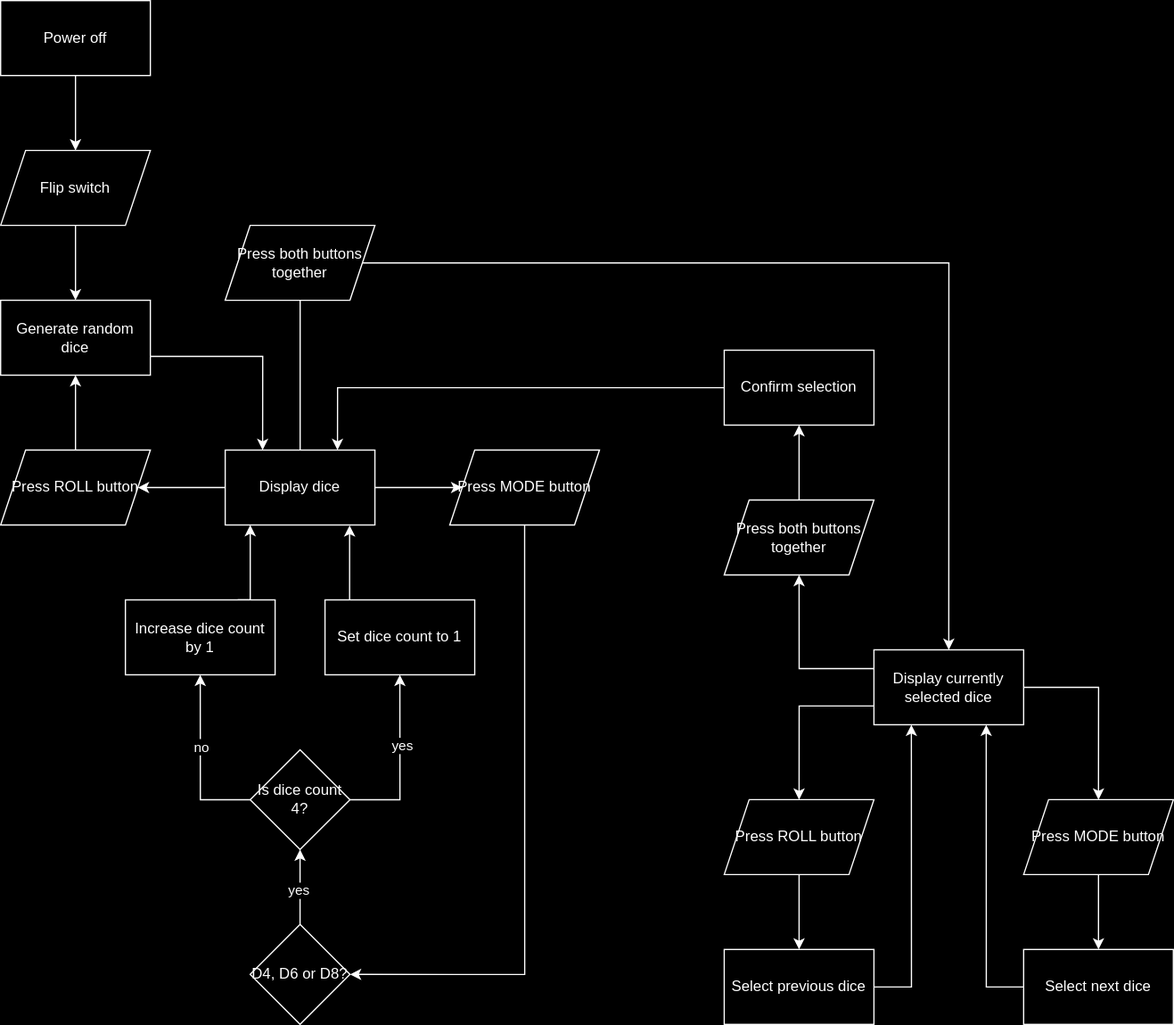
Before: svg/flowchart.svg, a diagram exported from draw.io (nils-keller-dev/LEDice). Source tidied: cells renumbered, new cells last; positions are measured from the earlier drawing's top-left corner, leaving out a move shared by most shapes.
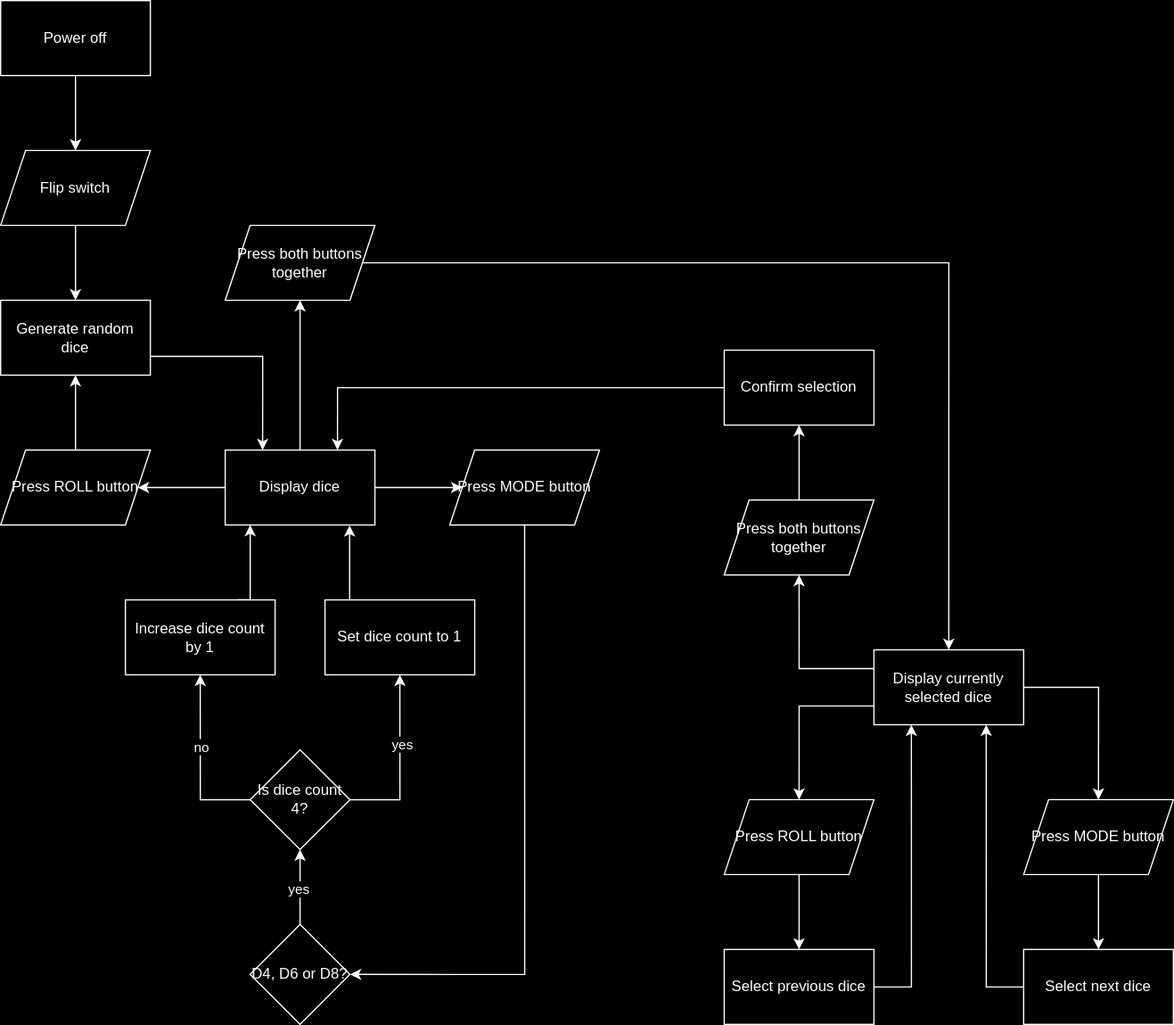
Above is the later version.

The edit, as a diff of the source:
```diff
@@ -11,12 +11,8 @@
     <mxCell id="4" style="edgeStyle=orthogonalEdgeStyle;rounded=0;jettySize=auto;html=1;entryX=0;entryY=0.5;entryDx=0;entryDy=0;" parent="1" edge="1" source="6" target="9">
       <mxGeometry relative="1" as="geometry" />
     </mxCell>
-    <mxCell id="5" style="edgeStyle=orthogonalEdgeStyle;rounded=0;jettySize=auto;html=1;entryX=0;entryY=0.5;entryDx=0;entryDy=0;" parent="1" edge="1" source="6" target="26">
-      <mxGeometry relative="1" as="geometry">
-        <Array as="points">
-          <mxPoint x="240" y="210" />
-        </Array>
-      </mxGeometry>
+    <mxCell id="5" style="edgeStyle=orthogonalEdgeStyle;rounded=0;jettySize=auto;html=1;entryX=0.5;entryY=1;entryDx=0;entryDy=0;" parent="1" edge="1" source="6" target="26">
+      <mxGeometry relative="1" as="geometry" />
     </mxCell>
     <mxCell id="6" value="Display dice" style="rounded=0;whiteSpace=wrap;html=1;" parent="1" vertex="1">
       <mxGeometry x="180" y="360" width="120" height="60" as="geometry" />
```
